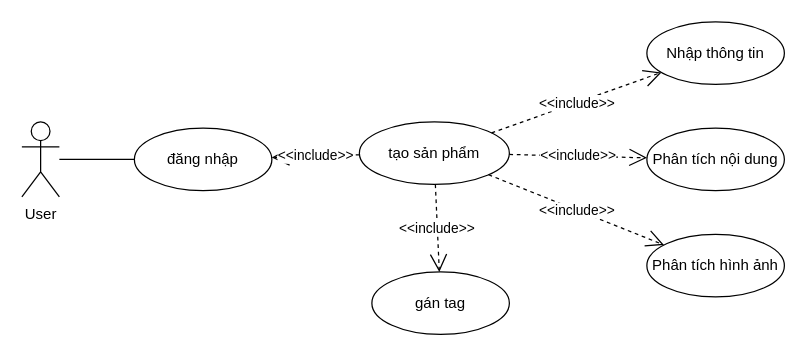
Above: BlogProject/BlogProject/Đăng sản phẩm.drawio in TranThanhHoang123/Blog (draw.io), before the change. Source tidied: cells renumbered, new cells numbered last; positions are measured from the earlier drawing's top-left corner, leaving out a move shared by most shapes. Both pictures are drawn from the tidied source at 125%, with x=0, y=0 at pixel (21, 21).
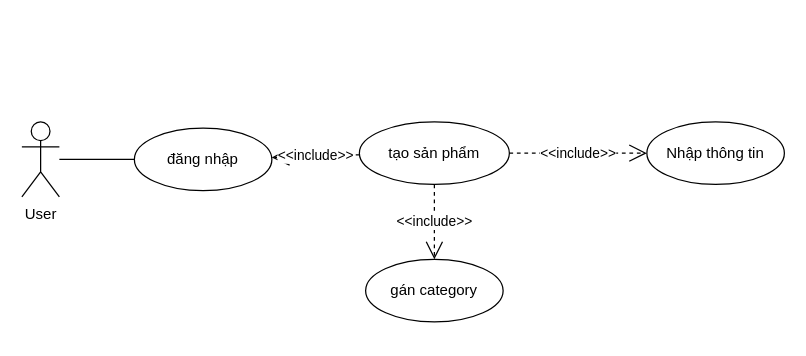
The same diagram, later.

What changed in the source:
```diff
@@
 <mxGraphModel>
   <root>
     <mxCell id="0" />
     <mxCell id="1" parent="0" />
     <mxCell id="2" value="User" style="shape=umlActor;verticalLabelPosition=bottom;verticalAlign=top;html=1;outlineConnect=0;" parent="1" vertex="1">
       <mxGeometry y="80" width="30" height="60" as="geometry" />
     </mxCell>
     <mxCell id="3" value="đăng nhập" style="ellipse;whiteSpace=wrap;html=1;" parent="1" vertex="1">
       <mxGeometry x="90" y="85" width="110" height="50" as="geometry" />
     </mxCell>
     <mxCell id="4" style="endArrow=none;html=1;rounded=0;" parent="1" edge="1" source="2" target="3">
       <mxGeometry relative="1" as="geometry" />
     </mxCell>
     <mxCell id="5" value="tạo sản phẩm" style="ellipse;whiteSpace=wrap;html=1;" parent="1" vertex="1">
       <mxGeometry x="270" y="80" width="120" height="50" as="geometry" />
     </mxCell>
     <mxCell id="6" value="&amp;lt;&amp;lt;include&amp;gt;&amp;gt;" style="endArrow=open;endSize=12;dashed=1;html=1;rounded=0;strokeColor=default;align=center;verticalAlign=middle;fontFamily=Helvetica;fontSize=11;fontColor=default;labelBackgroundColor=default;edgeStyle=none;" parent="1" edge="1" source="5" target="3">
       <mxGeometry relative="1" as="geometry" />
     </mxCell>
-    <mxCell id="7" value="gán tag" style="ellipse;whiteSpace=wrap;html=1;" parent="1" vertex="1">
-      <mxGeometry x="280" y="200" width="110" height="50" as="geometry" />
+    <mxCell id="7" value="gán category" style="ellipse;whiteSpace=wrap;html=1;" parent="1" vertex="1">
+      <mxGeometry x="275" y="190" width="110" height="50" as="geometry" />
     </mxCell>
     <mxCell id="8" value="&amp;lt;&amp;lt;include&amp;gt;&amp;gt;" style="endArrow=open;endSize=12;dashed=1;html=1;rounded=0;strokeColor=default;align=center;verticalAlign=middle;fontFamily=Helvetica;fontSize=11;fontColor=default;labelBackgroundColor=default;edgeStyle=none;" parent="1" edge="1" source="5" target="7">
       <mxGeometry relative="1" as="geometry" />
     </mxCell>
-    <mxCell id="9" value="Phân tích nội dung" style="ellipse;whiteSpace=wrap;html=1;" parent="1" vertex="1">
-      <mxGeometry x="500" y="85" width="110" height="50" as="geometry" />
-    </mxCell>
-    <mxCell id="10" value="Phân tích hình ảnh" style="ellipse;whiteSpace=wrap;html=1;" parent="1" vertex="1">
-      <mxGeometry x="500" y="170" width="110" height="50" as="geometry" />
-    </mxCell>
-    <mxCell id="11" value="&amp;lt;&amp;lt;include&amp;gt;&amp;gt;" style="endArrow=open;endSize=12;dashed=1;html=1;rounded=0;strokeColor=default;align=center;verticalAlign=middle;fontFamily=Helvetica;fontSize=11;fontColor=default;labelBackgroundColor=default;edgeStyle=none;" parent="1" edge="1" source="5" target="9">
-      <mxGeometry relative="1" as="geometry" />
-    </mxCell>
-    <mxCell id="12" value="&amp;lt;&amp;lt;include&amp;gt;&amp;gt;" style="endArrow=open;endSize=12;dashed=1;html=1;rounded=0;strokeColor=default;align=center;verticalAlign=middle;fontFamily=Helvetica;fontSize=11;fontColor=default;labelBackgroundColor=default;edgeStyle=none;" parent="1" edge="1" source="5" target="10">
-      <mxGeometry relative="1" as="geometry" />
-    </mxCell>
     <mxCell id="13" value="Nhập thông tin" style="ellipse;whiteSpace=wrap;html=1;" parent="1" vertex="1">
-      <mxGeometry x="500" width="110" height="50" as="geometry" />
+      <mxGeometry x="500" y="80" width="110" height="50" as="geometry" />
     </mxCell>
     <mxCell id="14" value="&amp;lt;&amp;lt;include&amp;gt;&amp;gt;" style="endArrow=open;endSize=12;dashed=1;html=1;rounded=0;strokeColor=default;align=center;verticalAlign=middle;fontFamily=Helvetica;fontSize=11;fontColor=default;labelBackgroundColor=default;edgeStyle=none;" parent="1" edge="1" source="5" target="13">
       <mxGeometry relative="1" as="geometry" />
     </mxCell>
   </root>
 </mxGraphModel>
```
